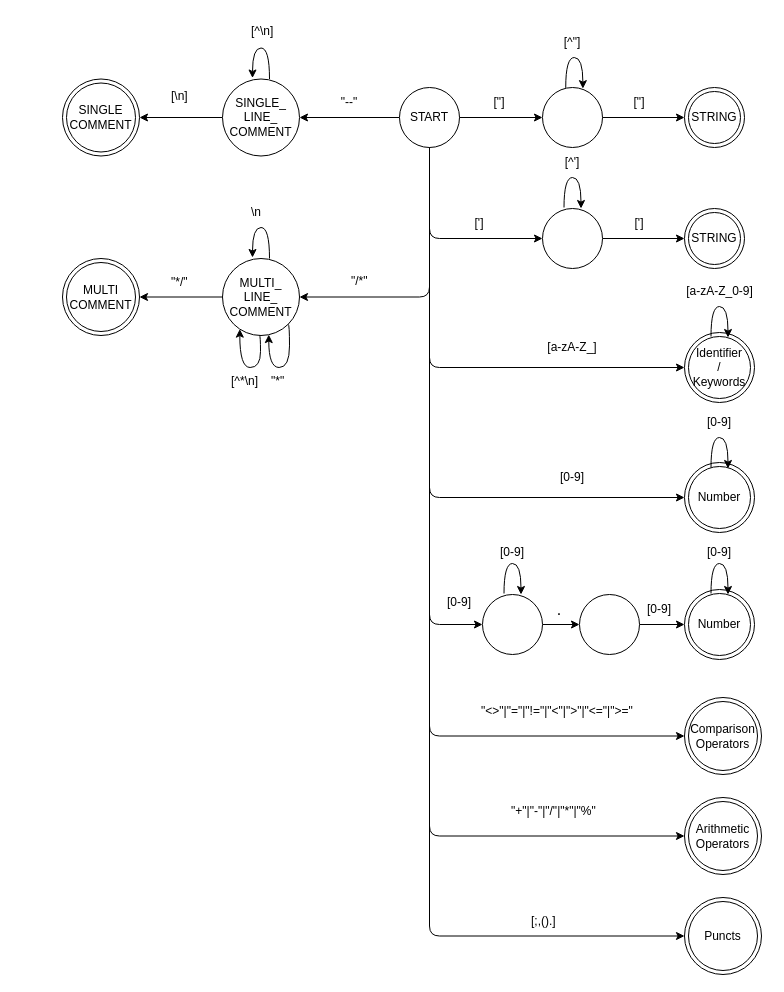
AmirmasoudCS/flex-sql-lexer keeps this draw.io diagram as diagrams/full.drawio. Above is the earlier version. Source tidied: cells renumbered, new cells numbered last; positions are measured from the earlier drawing's top-left corner, leaving out a move shared by most shapes. Both pictures are drawn from the tidied source at 100%, with x=0, y=0 at pixel (62, 17).
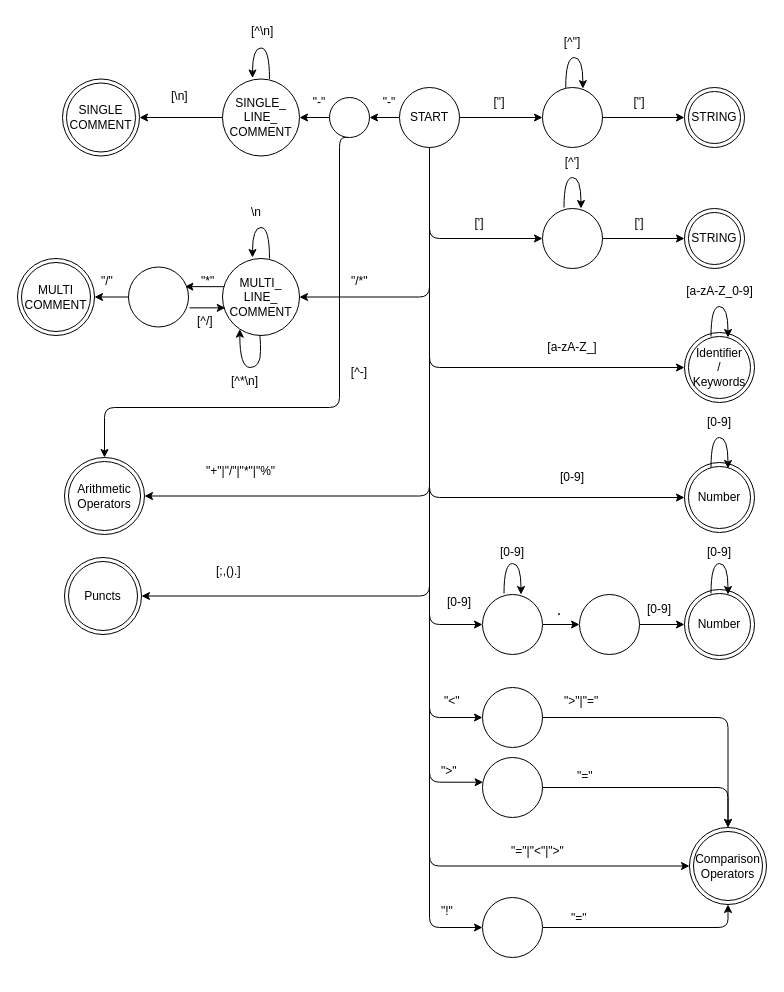
The same diagram, later.

Unchanged cells that the change refers to:
```xml
<mxCell id="10" value="START" style="ellipse;whiteSpace=wrap;html=1;shapeInside=1;" parent="1" vertex="1">
  <mxGeometry x="337" y="70" width="60" height="60" as="geometry" />
</mxCell>
<mxCell id="54" value="SINGLE_&lt;br&gt;LINE_&lt;br&gt;COMMENT" style="ellipse;whiteSpace=wrap;html=1;shapeInside=1;" parent="1" vertex="1">
  <mxGeometry x="160" y="61.5" width="77" height="77" as="geometry" />
</mxCell>
<mxCell id="62" value="MULTI_&lt;br&gt;LINE_&lt;br&gt;COMMENT" style="ellipse;whiteSpace=wrap;html=1;shapeInside=1;" parent="1" vertex="1">
  <mxGeometry x="160" y="241" width="77" height="77" as="geometry" />
</mxCell>
```

The edit, as a diff of the source:
```diff
@@
-    <mxCell id="6" style="edgeStyle=orthogonalEdgeStyle;html=1;exitX=0.5;exitY=1;exitDx=0;exitDy=0;entryX=0;entryY=0.5;entryDx=0;entryDy=0;" parent="1" edge="1" source="10" target="49">
+    <mxCell id="6" style="edgeStyle=orthogonalEdgeStyle;html=1;exitX=0.5;exitY=1;exitDx=0;exitDy=0;entryX=1;entryY=0.5;entryDx=0;entryDy=0;" parent="1" edge="1" source="10" target="49">
       <mxGeometry relative="1" as="geometry" />
     </mxCell>
-    <mxCell id="7" style="edgeStyle=orthogonalEdgeStyle;html=1;exitX=0.5;exitY=1;exitDx=0;exitDy=0;entryX=0;entryY=0.5;entryDx=0;entryDy=0;" parent="1" edge="1" source="10" target="51">
+    <mxCell id="7" style="edgeStyle=orthogonalEdgeStyle;html=1;exitX=0.5;exitY=1;exitDx=0;exitDy=0;entryX=1;entryY=0.5;entryDx=0;entryDy=0;" parent="1" edge="1" source="10" target="51">
       <mxGeometry relative="1" as="geometry" />
     </mxCell>
-    <mxCell id="8" style="edgeStyle=none;html=1;exitX=0;exitY=0.5;exitDx=0;exitDy=0;entryX=1;entryY=0.5;entryDx=0;entryDy=0;" parent="1" edge="1" source="10" target="54">
-      <mxGeometry relative="1" as="geometry" />
-    </mxCell>
@@
+    <mxCell id="71" style="edgeStyle=orthogonalEdgeStyle;html=1;exitX=0.5;exitY=1;exitDx=0;exitDy=0;entryX=0;entryY=0.5;entryDx=0;entryDy=0;" parent="1" edge="1" source="10" target="77">
+      <mxGeometry relative="1" as="geometry" />
+    </mxCell>
+    <mxCell id="72" style="edgeStyle=orthogonalEdgeStyle;html=1;exitX=0.5;exitY=1;exitDx=0;exitDy=0;entryX=0;entryY=0.5;entryDx=0;entryDy=0;" parent="1" edge="1" source="10" target="86">
+      <mxGeometry relative="1" as="geometry" />
+    </mxCell>
+    <mxCell id="73" style="edgeStyle=none;html=1;exitX=0;exitY=0.5;exitDx=0;exitDy=0;entryX=1;entryY=0.5;entryDx=0;entryDy=0;" parent="1" edge="1" source="10" target="95">
+      <mxGeometry relative="1" as="geometry" />
+    </mxCell>
@@
-    <mxCell id="47" value="&quot;&lt;&gt;&quot;|&quot;=&quot;|&quot;!=&quot;|&quot;&lt;&quot;|&quot;&gt;&quot;|&quot;&lt;=&quot;|&quot;&gt;=&quot;" style="text;whiteSpace=wrap;" parent="1" vertex="1">
-      <mxGeometry x="417" y="680" width="160" height="40" as="geometry" />
-    </mxCell>
     <mxCell id="48" value="Comparison&lt;div&gt;Operators&lt;/div&gt;" style="ellipse;shape=doubleEllipse;whiteSpace=wrap;html=1;" parent="1" vertex="1">
-      <mxGeometry x="622" y="680" width="77" height="77" as="geometry" />
+      <mxGeometry x="627" y="810" width="77" height="77" as="geometry" />
     </mxCell>
     <mxCell id="49" value="Arithmetic&lt;div&gt;Operators&lt;/div&gt;" style="ellipse;shape=doubleEllipse;whiteSpace=wrap;html=1;" parent="1" vertex="1">
-      <mxGeometry x="622" y="780" width="77" height="77" as="geometry" />
+      <mxGeometry x="2" y="440" width="80" height="77" as="geometry" />
     </mxCell>
-    <mxCell id="50" value="&quot;+&quot;|&quot;-&quot;|&quot;/&quot;|&quot;*&quot;|&quot;%&quot;" style="text;whiteSpace=wrap;" parent="1" vertex="1">
-      <mxGeometry x="447" y="780" width="120" height="40" as="geometry" />
+    <mxCell id="50" value="&quot;+&quot;|&quot;/&quot;|&quot;*&quot;|&quot;%&quot;" style="text;whiteSpace=wrap;" parent="1" vertex="1">
+      <mxGeometry x="142" y="440" width="120" height="40" as="geometry" />
     </mxCell>
     <mxCell id="51" value="Puncts" style="ellipse;shape=doubleEllipse;whiteSpace=wrap;html=1;" parent="1" vertex="1">
-      <mxGeometry x="622" y="880" width="77" height="77" as="geometry" />
+      <mxGeometry x="2" y="540" width="77" height="77" as="geometry" />
     </mxCell>
     <mxCell id="52" value="[;,().]" style="text;whiteSpace=wrap;" parent="1" vertex="1">
-      <mxGeometry x="467" y="890" width="60" height="40" as="geometry" />
+      <mxGeometry x="152" y="540" width="60" height="40" as="geometry" />
     </mxCell>
@@
-    <mxCell id="55" value="&quot;--&quot;" style="text;html=1;whiteSpace=wrap;strokeColor=none;fillColor=none;align=center;verticalAlign=middle;rounded=0;" parent="1" vertex="1">
-      <mxGeometry x="257" y="70" width="60" height="30" as="geometry" />
-    </mxCell>
@@
-    <mxCell id="60" style="edgeStyle=orthogonalEdgeStyle;html=1;exitX=1;exitY=1;exitDx=0;exitDy=0;entryX=0.601;entryY=0.988;entryDx=0;entryDy=0;entryPerimeter=0;curved=1;curveGeometry=1;innerLoopWaypoints=1;" parent="1" edge="1" source="62" target="62">
-      <mxGeometry x="0.05" relative="1" as="geometry">
-        <Array as="points">
-          <mxPoint x="227" y="306.7" />
-          <mxPoint x="227" y="350" />
-          <mxPoint x="206.3" y="350" />
-        </Array>
-      </mxGeometry>
-    </mxCell>
-    <mxCell id="61" style="edgeStyle=none;html=1;exitX=0;exitY=0.5;exitDx=0;exitDy=0;entryX=1;entryY=0.5;entryDx=0;entryDy=0;" parent="1" edge="1" source="62" target="69">
-      <mxGeometry relative="1" as="geometry" />
-    </mxCell>
+    <mxCell id="74" style="edgeStyle=none;html=1;exitX=0.042;exitY=0.366;exitDx=0;exitDy=0;entryX=0.94;entryY=0.327;entryDx=0;entryDy=0;exitPerimeter=0;entryPerimeter=0;" parent="1" edge="1" source="62" target="90">
+      <mxGeometry relative="1" as="geometry" />
+    </mxCell>
@@
-    <mxCell id="66" value="&quot;*&quot;" style="text;whiteSpace=wrap;" parent="1" vertex="1">
-      <mxGeometry x="207" y="350" width="50" height="40" as="geometry" />
-    </mxCell>
@@
     <mxCell id="68" value="[^*\n]" style="text;whiteSpace=wrap;" parent="1" vertex="1">
-      <mxGeometry x="167" y="350" width="60" height="40" as="geometry" />
+      <mxGeometry x="167" y="350" width="27" height="40" as="geometry" />
     </mxCell>
     <mxCell id="69" value="MULTI&lt;div&gt;COMMENT&lt;/div&gt;" style="ellipse;shape=doubleEllipse;whiteSpace=wrap;html=1;" parent="1" vertex="1">
-      <mxGeometry y="241" width="77" height="77" as="geometry" />
+      <mxGeometry x="-45" y="241" width="77" height="77" as="geometry" />
     </mxCell>
-    <mxCell id="70" value="&quot;*/&quot;" style="text;whiteSpace=wrap;" parent="1" vertex="1">
-      <mxGeometry x="107" y="251" width="50" height="40" as="geometry" />
+    <mxCell id="70" value="&quot;/&quot;" style="text;whiteSpace=wrap;" parent="1" vertex="1">
+      <mxGeometry x="37" y="250" width="50" height="40" as="geometry" />
     </mxCell>
+    <mxCell id="75" value="&quot;=&quot;|&quot;&lt;&quot;|&quot;&gt;&quot;" style="text;whiteSpace=wrap;" parent="1" vertex="1">
+      <mxGeometry x="447" y="820" width="160" height="40" as="geometry" />
+    </mxCell>
+    <mxCell id="76" style="edgeStyle=orthogonalEdgeStyle;html=1;exitX=1;exitY=0.5;exitDx=0;exitDy=0;entryX=0.5;entryY=0;entryDx=0;entryDy=0;" parent="1" edge="1" source="77" target="48">
+      <mxGeometry relative="1" as="geometry" />
+    </mxCell>
+    <mxCell id="77" style="ellipse;whiteSpace=wrap;html=1;shapeInside=1;" parent="1" vertex="1">
+      <mxGeometry x="420" y="670" width="60" height="60" as="geometry" />
+    </mxCell>
+    <mxCell id="78" value="&quot;&lt;&quot;" style="text;whiteSpace=wrap;" parent="1" vertex="1">
+      <mxGeometry x="380" y="670" width="27" height="20" as="geometry" />
+    </mxCell>
+    <mxCell id="79" value="&quot;&gt;&quot;|&quot;=&quot;" style="text;whiteSpace=wrap;" parent="1" vertex="1">
+      <mxGeometry x="500" y="670" width="137" height="20" as="geometry" />
+    </mxCell>
+    <mxCell id="80" style="edgeStyle=orthogonalEdgeStyle;html=1;exitX=1;exitY=0.5;exitDx=0;exitDy=0;entryX=0.5;entryY=0;entryDx=0;entryDy=0;" parent="1" edge="1" source="81" target="48">
+      <mxGeometry relative="1" as="geometry" />
+    </mxCell>
+    <mxCell id="81" style="ellipse;whiteSpace=wrap;html=1;shapeInside=1;" parent="1" vertex="1">
+      <mxGeometry x="420" y="740" width="60" height="60" as="geometry" />
+    </mxCell>
+    <mxCell id="82" style="edgeStyle=orthogonalEdgeStyle;html=1;exitX=0.5;exitY=1;exitDx=0;exitDy=0;entryX=0.01;entryY=0.412;entryDx=0;entryDy=0;entryPerimeter=0;" parent="1" edge="1" source="10" target="81">
+      <mxGeometry relative="1" as="geometry" />
+    </mxCell>
+    <mxCell id="83" value="&quot;&gt;&quot;" style="text;whiteSpace=wrap;" parent="1" vertex="1">
+      <mxGeometry x="377" y="740" width="27" height="20" as="geometry" />
+    </mxCell>
+    <mxCell id="84" value="&quot;=&quot;" style="text;whiteSpace=wrap;" parent="1" vertex="1">
+      <mxGeometry x="513" y="745" width="27" height="20" as="geometry" />
+    </mxCell>
+    <mxCell id="85" style="edgeStyle=orthogonalEdgeStyle;html=1;exitX=1;exitY=0.5;exitDx=0;exitDy=0;entryX=0.5;entryY=1;entryDx=0;entryDy=0;" parent="1" edge="1" source="86" target="48">
+      <mxGeometry relative="1" as="geometry" />
+    </mxCell>
+    <mxCell id="86" style="ellipse;whiteSpace=wrap;html=1;shapeInside=1;" parent="1" vertex="1">
+      <mxGeometry x="420" y="880" width="60" height="60" as="geometry" />
+    </mxCell>
+    <mxCell id="87" value="&quot;!&quot;" style="text;whiteSpace=wrap;" parent="1" vertex="1">
+      <mxGeometry x="377" y="880" width="27" height="20" as="geometry" />
+    </mxCell>
+    <mxCell id="88" value="&quot;=&quot;" style="text;whiteSpace=wrap;" parent="1" vertex="1">
+      <mxGeometry x="507" y="887" width="27" height="20" as="geometry" />
+    </mxCell>
+    <mxCell id="89" style="edgeStyle=none;html=1;exitX=0;exitY=0.5;exitDx=0;exitDy=0;entryX=1;entryY=0.5;entryDx=0;entryDy=0;" parent="1" edge="1" source="90" target="69">
+      <mxGeometry relative="1" as="geometry" />
+    </mxCell>
+    <mxCell id="90" style="ellipse;whiteSpace=wrap;html=1;shapeInside=1;" parent="1" vertex="1">
+      <mxGeometry x="66" y="249.5" width="60" height="60" as="geometry" />
+    </mxCell>
+    <mxCell id="66" value="&quot;*&quot;" style="text;whiteSpace=wrap;" parent="1" vertex="1">
+      <mxGeometry x="137" y="249.5" width="20" height="20.5" as="geometry" />
+    </mxCell>
+    <mxCell id="91" style="endArrow=classic;html=1;entryX=0.036;entryY=0.641;entryDx=0;entryDy=0;entryPerimeter=0;exitX=1.017;exitY=0.681;exitDx=0;exitDy=0;exitPerimeter=0;" parent="1" edge="1" source="90" target="62">
+      <mxGeometry relative="1" as="geometry" />
+    </mxCell>
+    <mxCell id="92" value="[^/]" style="text;whiteSpace=wrap;" parent="1" vertex="1">
+      <mxGeometry x="133" y="290" width="20" height="30" as="geometry" />
+    </mxCell>
+    <mxCell id="93" style="edgeStyle=none;html=1;exitX=0;exitY=0.5;exitDx=0;exitDy=0;entryX=1;entryY=0.5;entryDx=0;entryDy=0;" parent="1" edge="1" source="95" target="54">
+      <mxGeometry relative="1" as="geometry" />
+    </mxCell>
+    <mxCell id="94" style="edgeStyle=orthogonalEdgeStyle;html=1;exitX=0.5;exitY=1;exitDx=0;exitDy=0;entryX=0.5;entryY=0;entryDx=0;entryDy=0;" parent="1" edge="1" source="95" target="49">
+      <mxGeometry relative="1" as="geometry">
+        <Array as="points">
+          <mxPoint x="277" y="120" />
+          <mxPoint x="277" y="390" />
+          <mxPoint x="42" y="390" />
+        </Array>
+      </mxGeometry>
+    </mxCell>
+    <mxCell id="95" style="ellipse;whiteSpace=wrap;html=1;shapeInside=1;" parent="1" vertex="1">
+      <mxGeometry x="267" y="80" width="40" height="40" as="geometry" />
+    </mxCell>
+    <mxCell id="96" value="&quot;-&quot;" style="text;html=1;whiteSpace=wrap;strokeColor=none;fillColor=none;align=center;verticalAlign=middle;rounded=0;" parent="1" vertex="1">
+      <mxGeometry x="297" y="70" width="60" height="30" as="geometry" />
+    </mxCell>
+    <mxCell id="97" value="&quot;-&quot;" style="text;html=1;whiteSpace=wrap;strokeColor=none;fillColor=none;align=center;verticalAlign=middle;rounded=0;" parent="1" vertex="1">
+      <mxGeometry x="237" y="74.8" width="40" height="20.5" as="geometry" />
+    </mxCell>
+    <mxCell id="98" value="[^-]" style="text;html=1;whiteSpace=wrap;strokeColor=none;fillColor=none;align=center;verticalAlign=middle;rounded=0;" parent="1" vertex="1">
+      <mxGeometry x="277" y="345" width="40" height="20.5" as="geometry" />
+    </mxCell>
```
